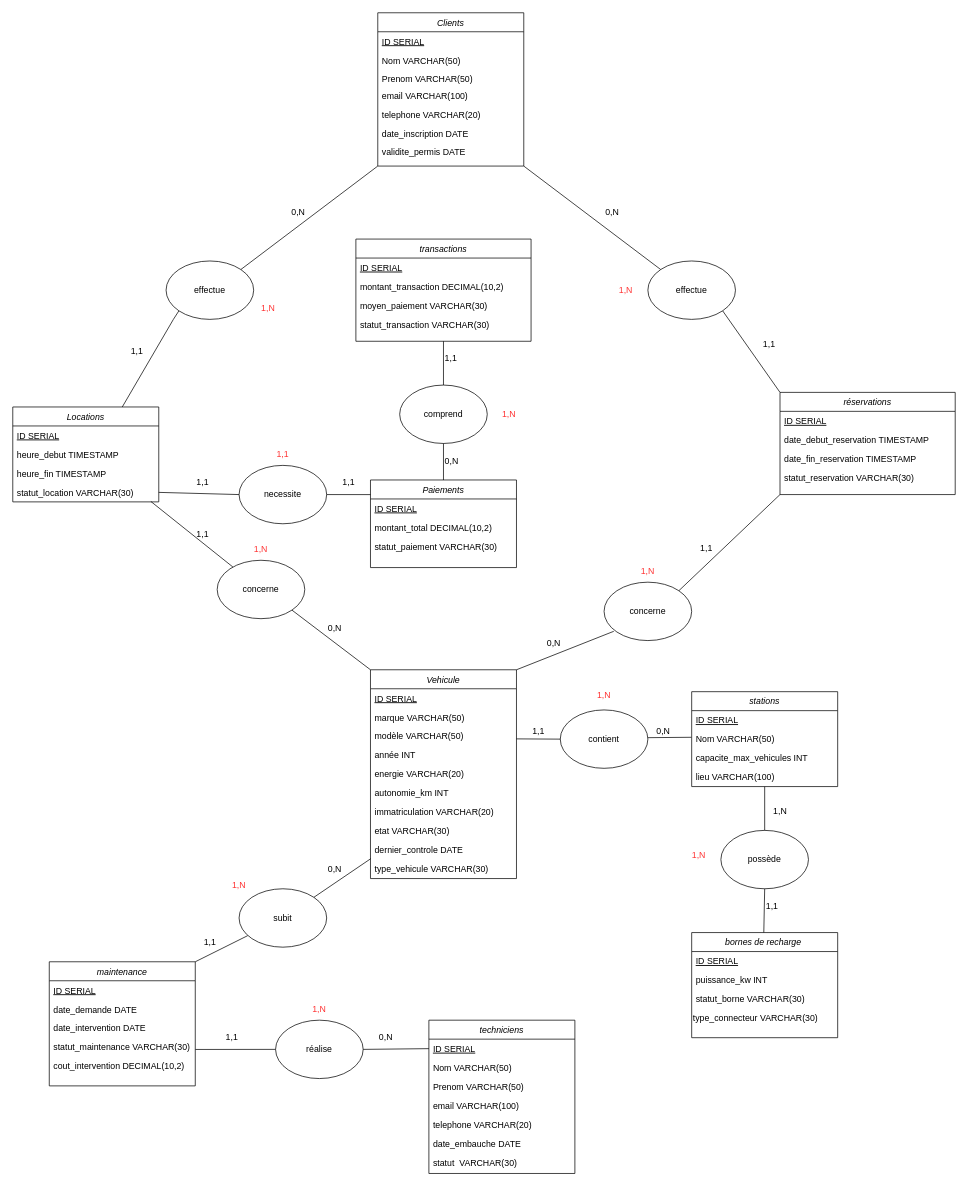
Before: MCD.drawio in Thomrib1/Projet_SQL_B2, a draw.io diagram. Source tidied: cells renumbered, new cells numbered last; positions are measured from the earlier drawing's top-left corner, leaving out a move shared by most shapes. Both pictures are drawn from the tidied source at 73%, with x=0, y=0 at pixel (12, 12).
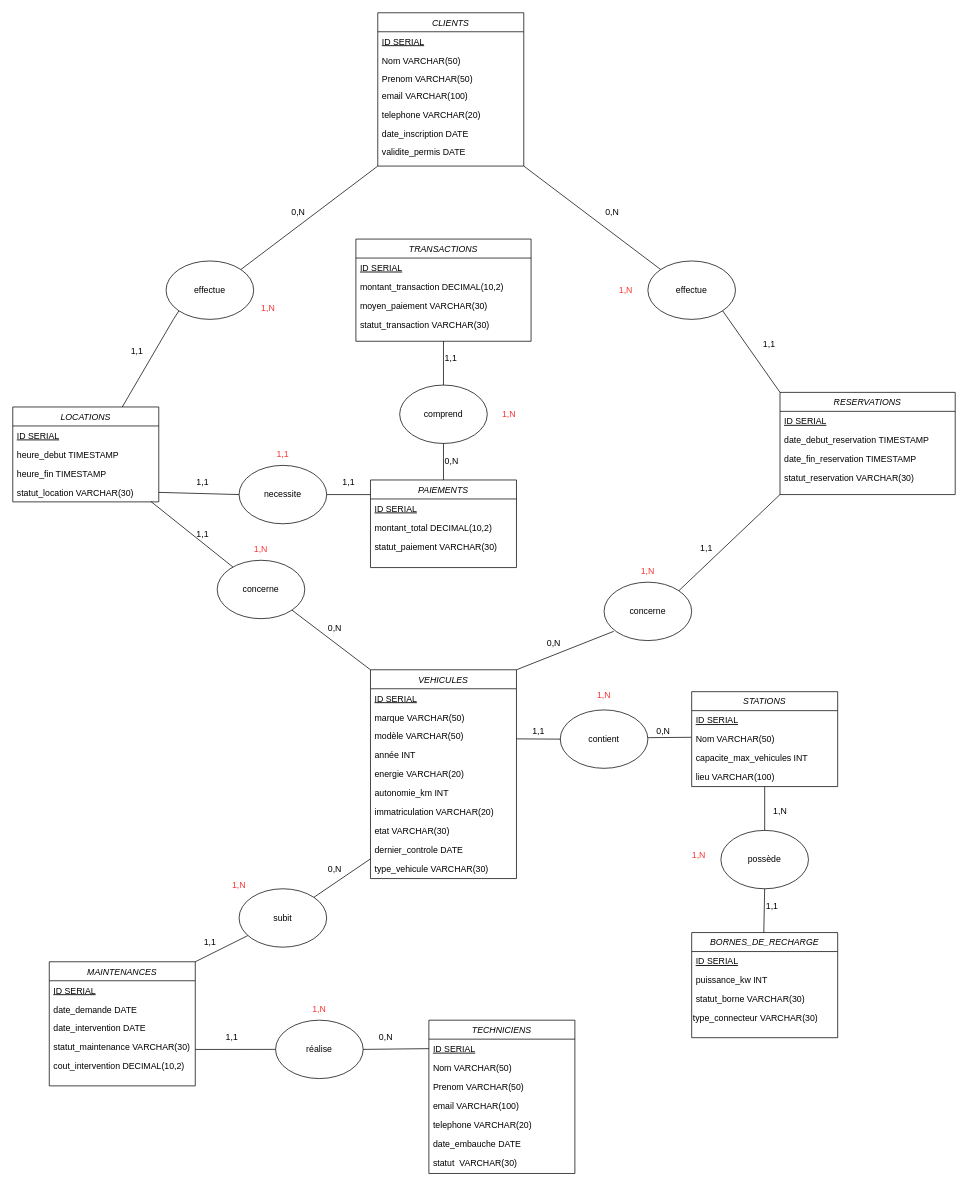
After the change.

Commit message:
MCD title

Diff of the diagram source:
```diff
@@
-    <mxCell id="2" value="Vehicule" style="swimlane;fontStyle=2;align=center;verticalAlign=top;horizontal=1;startSize=26;rounded=0;shadow=0;strokeWidth=1;" parent="1" vertex="1">
+    <mxCell id="2" value="VEHICULES" style="swimlane;fontStyle=2;align=center;verticalAlign=top;horizontal=1;startSize=26;rounded=0;shadow=0;strokeWidth=1;" parent="1" vertex="1">
       <mxGeometry x="490" y="900" width="200" height="286" as="geometry" />
     </mxCell>
@@
-    <mxCell id="13" value="stations" style="swimlane;fontStyle=2;align=center;verticalAlign=top;horizontal=1;startSize=26;rounded=0;shadow=0;strokeWidth=1;" parent="1" vertex="1">
+    <mxCell id="13" value="STATIONS" style="swimlane;fontStyle=2;align=center;verticalAlign=top;horizontal=1;startSize=26;rounded=0;shadow=0;strokeWidth=1;" parent="1" vertex="1">
       <mxGeometry x="930" y="930" width="200" height="130" as="geometry" />
     </mxCell>
@@
-    <mxCell id="18" value="bornes de recharge " style="swimlane;fontStyle=2;align=center;verticalAlign=top;horizontal=1;startSize=26;rounded=0;shadow=0;strokeWidth=1;" parent="1" vertex="1">
+    <mxCell id="18" value="BORNES_DE_RECHARGE" style="swimlane;fontStyle=2;align=center;verticalAlign=top;horizontal=1;startSize=26;rounded=0;shadow=0;strokeWidth=1;" parent="1" vertex="1">
       <mxGeometry x="930" y="1260" width="200" height="144" as="geometry" />
     </mxCell>
@@
-    <mxCell id="23" value="Clients" style="swimlane;fontStyle=2;align=center;verticalAlign=top;horizontal=1;startSize=26;rounded=0;shadow=0;strokeWidth=1;" parent="1" vertex="1">
+    <mxCell id="23" value="CLIENTS" style="swimlane;fontStyle=2;align=center;verticalAlign=top;horizontal=1;startSize=26;rounded=0;shadow=0;strokeWidth=1;" parent="1" vertex="1">
       <mxGeometry x="500" width="200" height="210" as="geometry" />
     </mxCell>
@@
-    <mxCell id="31" value="techniciens" style="swimlane;fontStyle=2;align=center;verticalAlign=top;horizontal=1;startSize=26;rounded=0;shadow=0;strokeWidth=1;" parent="1" vertex="1">
+    <mxCell id="31" value="TECHNICIENS" style="swimlane;fontStyle=2;align=center;verticalAlign=top;horizontal=1;startSize=26;rounded=0;shadow=0;strokeWidth=1;" parent="1" vertex="1">
       <mxGeometry x="570" y="1380" width="200" height="210" as="geometry" />
     </mxCell>
@@
-    <mxCell id="40" value=" Locations" style="swimlane;fontStyle=2;align=center;verticalAlign=top;horizontal=1;startSize=26;rounded=0;shadow=0;strokeWidth=1;" parent="1" vertex="1">
+    <mxCell id="40" value=" LOCATIONS" style="swimlane;fontStyle=2;align=center;verticalAlign=top;horizontal=1;startSize=26;rounded=0;shadow=0;strokeWidth=1;" parent="1" vertex="1">
       <mxGeometry y="540" width="200" height="130" as="geometry" />
     </mxCell>
@@
-    <mxCell id="45" value=" réservations" style="swimlane;fontStyle=2;align=center;verticalAlign=top;horizontal=1;startSize=26;rounded=0;shadow=0;strokeWidth=1;" parent="1" vertex="1">
+    <mxCell id="45" value=" RESERVATIONS" style="swimlane;fontStyle=2;align=center;verticalAlign=top;horizontal=1;startSize=26;rounded=0;shadow=0;strokeWidth=1;" parent="1" vertex="1">
       <mxGeometry x="1051" y="520" width="240" height="140" as="geometry" />
     </mxCell>
@@
-    <mxCell id="50" value=" Paiements" style="swimlane;fontStyle=2;align=center;verticalAlign=top;horizontal=1;startSize=26;rounded=0;shadow=0;strokeWidth=1;" parent="1" vertex="1">
+    <mxCell id="50" value=" PAIEMENTS" style="swimlane;fontStyle=2;align=center;verticalAlign=top;horizontal=1;startSize=26;rounded=0;shadow=0;strokeWidth=1;" parent="1" vertex="1">
       <mxGeometry x="490" y="640" width="200" height="120" as="geometry" />
     </mxCell>
@@
-    <mxCell id="54" value="transactions" style="swimlane;fontStyle=2;align=center;verticalAlign=top;horizontal=1;startSize=26;rounded=0;shadow=0;strokeWidth=1;" parent="1" vertex="1">
+    <mxCell id="54" value="TRANSACTIONS" style="swimlane;fontStyle=2;align=center;verticalAlign=top;horizontal=1;startSize=26;rounded=0;shadow=0;strokeWidth=1;" parent="1" vertex="1">
       <mxGeometry x="470" y="310" width="240" height="140" as="geometry" />
     </mxCell>
@@
-    <mxCell id="59" value=" maintenance" style="swimlane;fontStyle=2;align=center;verticalAlign=top;horizontal=1;startSize=26;rounded=0;shadow=0;strokeWidth=1;" parent="1" vertex="1">
+    <mxCell id="59" value=" MAINTENANCES" style="swimlane;fontStyle=2;align=center;verticalAlign=top;horizontal=1;startSize=26;rounded=0;shadow=0;strokeWidth=1;" parent="1" vertex="1">
       <mxGeometry x="50" y="1300" width="200" height="170" as="geometry" />
     </mxCell>
```
